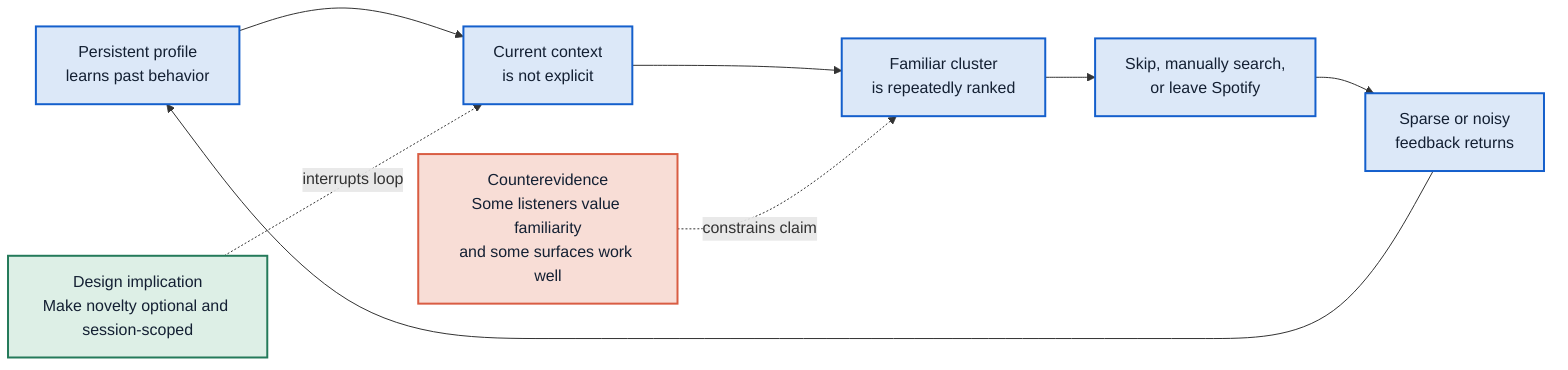
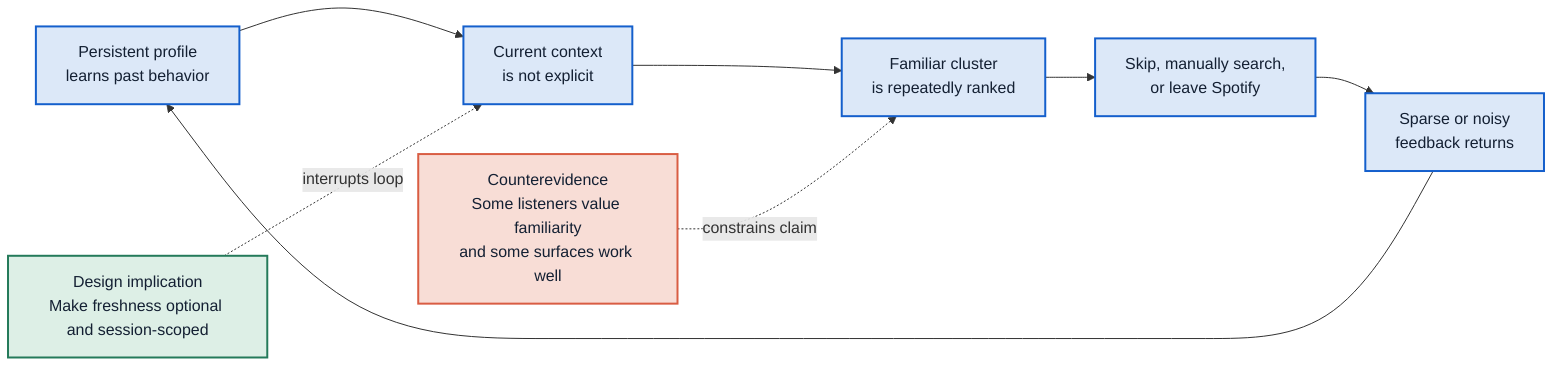
flowchart LR
    A["Persistent profile\nlearns past behavior"] --> B["Current context\nis not explicit"]
    B --> C["Familiar cluster\nis repeatedly ranked"]
    C --> D["Skip, manually search,\nor leave Spotify"]
    D --> E["Sparse or noisy\nfeedback returns"]
    E --> A

    F["Counterevidence\nSome listeners value familiarity\nand some surfaces work well"] -. constrains claim .-> C
-     G["Design implication\nMake novelty optional and session-scoped"] -. interrupts loop .-> B
+     G["Design implication\nMake freshness optional and session-scoped"] -. interrupts loop .-> B

    classDef loop fill:#DCE8F8,stroke:#145FCC,color:#142033,stroke-width:2px;
    classDef caution fill:#F8DDD6,stroke:#D95D43,color:#142033,stroke-width:2px;
    classDef intervention fill:#DDEFE6,stroke:#247A5A,color:#142033,stroke-width:2px;
    class A,B,C,D,E loop;
    class F caution;
    class G intervention;
